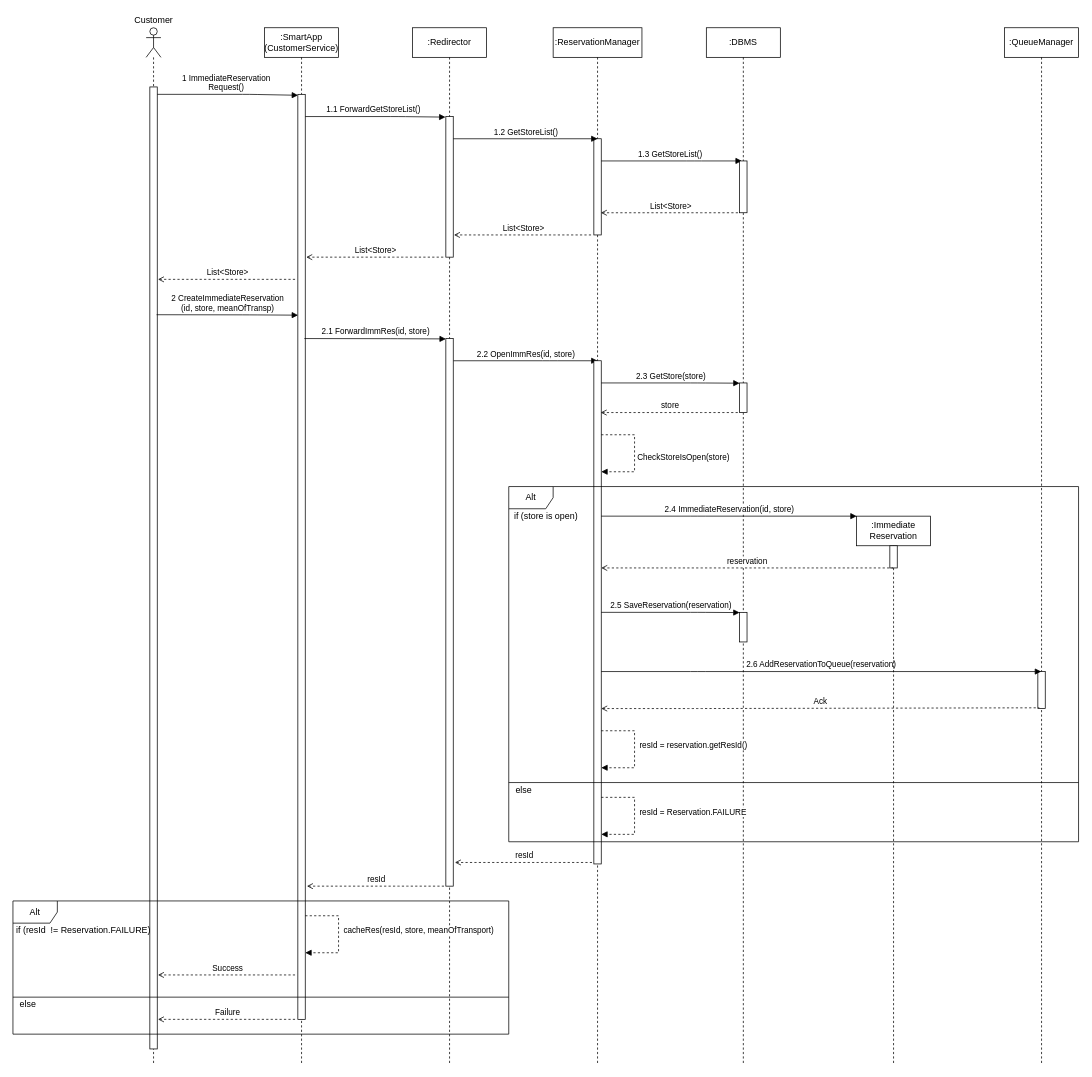
StefanoAzzone/AbelliAzzone keeps this draw.io diagram as DD/Images/RuntimeViewImmRes.drawio. Above is the earlier version. Source tidied: cells renumbered, new cells numbered last; positions are measured from the earlier drawing's top-left corner, leaving out a move shared by most shapes. Both pictures are drawn from the tidied source at 74%, with x=0, y=0 at pixel (13, 13).
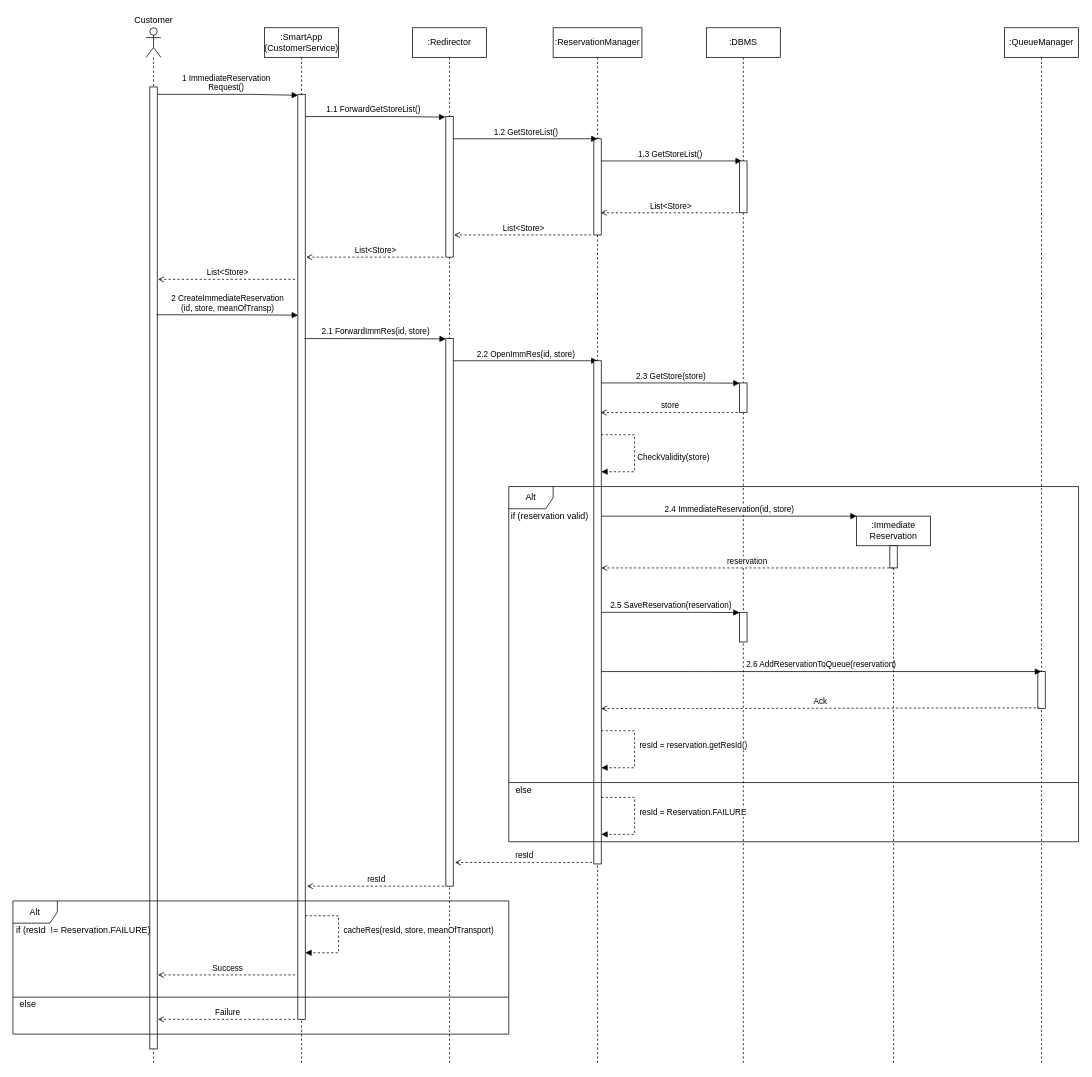
Above is the later version.

Diff of the diagram source:
```diff
@@
-    <mxCell id="29" value="CheckStoreIsOpen(store)" style="edgeStyle=orthogonalEdgeStyle;html=1;align=left;spacingLeft=2;endArrow=block;rounded=0;dashed=1;" parent="1" edge="1">
+    <mxCell id="29" value="CheckValidity(store)" style="edgeStyle=orthogonalEdgeStyle;html=1;align=left;spacingLeft=2;endArrow=block;rounded=0;dashed=1;" parent="1" edge="1">
       <mxGeometry x="0.07" relative="1" as="geometry">
         <mxPoint x="795" y="570" as="sourcePoint" />
         <mxPoint x="795" y="620" as="targetPoint" />
         <Array as="points">
           <mxPoint x="840" y="570" />
           <mxPoint x="840" y="620" />
         </Array>
       </mxGeometry>
     </mxCell>
@@
-    <mxCell id="31" value="if (store is open)" style="text;html=1;align=center;verticalAlign=middle;" parent="1" vertex="1">
-      <mxGeometry x="670" y="670" width="100" height="20" as="geometry" />
+    <mxCell id="31" value="if (reservation valid)" style="text;html=1;align=center;verticalAlign=middle;" parent="1" vertex="1">
+      <mxGeometry x="665" y="670" width="120" height="20" as="geometry" />
     </mxCell>
```
